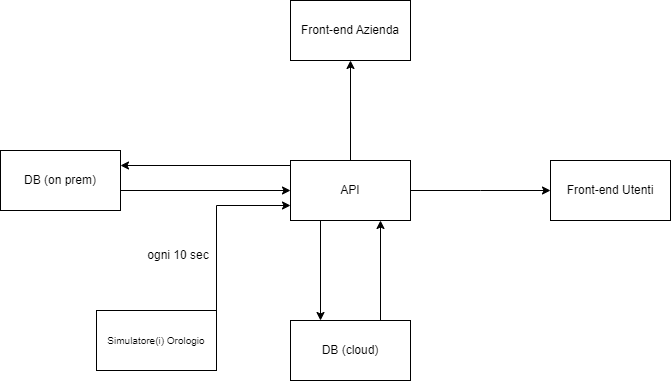
Above: Documenti/diagramma architetturale.png in puntinraffaele/CPER2_G3 (draw.io), before the change. Source tidied: cells renumbered, new cells last; positions are measured from the earlier drawing's top-left corner, leaving out a move shared by most shapes. Its diagram source:
```xml
<mxGraphModel>
  <root>
    <mxCell id="0" />
    <mxCell id="1" parent="0" />
    <mxCell id="2" style="edgeStyle=orthogonalEdgeStyle;rounded=0;jettySize=auto;html=1;exitX=1;exitY=0.25;exitDx=0;exitDy=0;entryX=0;entryY=0.75;entryDx=0;entryDy=0;" parent="1" edge="1" source="3" target="8">
      <mxGeometry relative="1" as="geometry">
        <Array as="points">
          <mxPoint x="216" y="205" />
        </Array>
      </mxGeometry>
    </mxCell>
    <mxCell id="3" value="&lt;font size=&quot;1&quot;&gt;Simulatore(i) Orologio&lt;/font&gt;" style="rounded=0;whiteSpace=wrap;html=1;" parent="1" vertex="1">
      <mxGeometry x="96" y="310" width="120" height="60" as="geometry" />
    </mxCell>
    <mxCell id="4" style="edgeStyle=orthogonalEdgeStyle;rounded=0;jettySize=auto;html=1;exitX=0.25;exitY=1;exitDx=0;exitDy=0;entryX=0.25;entryY=0;entryDx=0;entryDy=0;" parent="1" edge="1" source="8" target="11">
      <mxGeometry relative="1" as="geometry" />
    </mxCell>
    <mxCell id="5" style="edgeStyle=orthogonalEdgeStyle;rounded=0;jettySize=auto;html=1;exitX=1;exitY=0.5;exitDx=0;exitDy=0;entryX=0;entryY=0.5;entryDx=0;entryDy=0;" parent="1" edge="1" source="8" target="12">
      <mxGeometry relative="1" as="geometry">
        <Array as="points">
          <mxPoint x="480" y="190" />
          <mxPoint x="480" y="190" />
        </Array>
      </mxGeometry>
    </mxCell>
    <mxCell id="6" style="edgeStyle=orthogonalEdgeStyle;rounded=0;jettySize=auto;html=1;exitX=0.5;exitY=0;exitDx=0;exitDy=0;entryX=0.5;entryY=1;entryDx=0;entryDy=0;" parent="1" edge="1" source="8" target="13">
      <mxGeometry relative="1" as="geometry" />
    </mxCell>
    <mxCell id="7" style="edgeStyle=orthogonalEdgeStyle;rounded=0;jettySize=auto;html=1;exitX=0;exitY=0;exitDx=0;exitDy=0;entryX=1;entryY=0.25;entryDx=0;entryDy=0;" parent="1" edge="1" source="8" target="15">
      <mxGeometry relative="1" as="geometry">
        <Array as="points">
          <mxPoint x="290" y="165" />
        </Array>
      </mxGeometry>
    </mxCell>
    <mxCell id="8" value="API" style="rounded=0;whiteSpace=wrap;html=1;" parent="1" vertex="1">
      <mxGeometry x="290" y="160" width="120" height="60" as="geometry" />
    </mxCell>
    <mxCell id="9" value="ogni 10 sec" style="text;html=1;strokeColor=none;fillColor=none;align=center;verticalAlign=middle;whiteSpace=wrap;rounded=0;" parent="1" vertex="1">
      <mxGeometry x="140" y="240" width="76" height="30" as="geometry" />
    </mxCell>
    <mxCell id="10" style="edgeStyle=orthogonalEdgeStyle;rounded=0;jettySize=auto;html=1;exitX=0.75;exitY=0;exitDx=0;exitDy=0;entryX=0.75;entryY=1;entryDx=0;entryDy=0;" parent="1" edge="1" source="11" target="8">
      <mxGeometry relative="1" as="geometry" />
    </mxCell>
    <mxCell id="11" value="DB (cloud)" style="rounded=0;whiteSpace=wrap;html=1;" parent="1" vertex="1">
      <mxGeometry x="290" y="320" width="120" height="60" as="geometry" />
    </mxCell>
    <mxCell id="12" value="Front-end Utenti" style="rounded=0;whiteSpace=wrap;html=1;" parent="1" vertex="1">
      <mxGeometry x="550" y="160" width="120" height="60" as="geometry" />
    </mxCell>
    <mxCell id="13" value="Front-end Azienda" style="rounded=0;whiteSpace=wrap;html=1;" parent="1" vertex="1">
      <mxGeometry x="290" width="120" height="60" as="geometry" />
    </mxCell>
    <mxCell id="14" style="edgeStyle=orthogonalEdgeStyle;rounded=0;jettySize=auto;html=1;exitX=1;exitY=0.75;exitDx=0;exitDy=0;entryX=0;entryY=0.5;entryDx=0;entryDy=0;" parent="1" edge="1" source="15" target="8">
      <mxGeometry relative="1" as="geometry">
        <Array as="points">
          <mxPoint x="120" y="190" />
        </Array>
      </mxGeometry>
    </mxCell>
    <mxCell id="15" value="DB (on prem)" style="rounded=0;whiteSpace=wrap;html=1;" parent="1" vertex="1">
      <mxGeometry y="150" width="120" height="60" as="geometry" />
    </mxCell>
  </root>
</mxGraphModel>
```
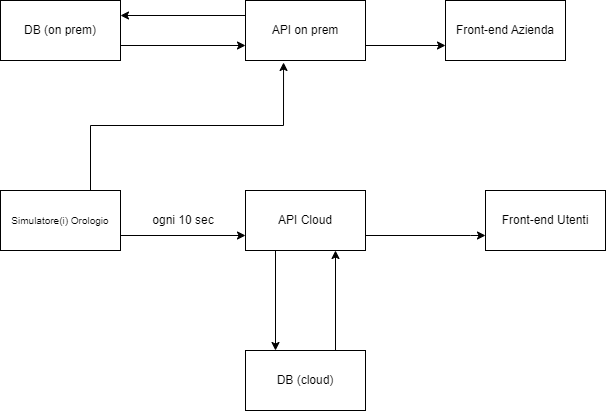
The same file after the commit.

Commit message:
corrected diagram

Diff of the diagram source:
```diff
@@ -5,61 +5,62 @@
     <mxCell id="2" style="edgeStyle=orthogonalEdgeStyle;rounded=0;jettySize=auto;html=1;exitX=1;exitY=0.25;exitDx=0;exitDy=0;entryX=0;entryY=0.75;entryDx=0;entryDy=0;" parent="1" edge="1" source="3" target="8">
       <mxGeometry relative="1" as="geometry">
         <Array as="points">
-          <mxPoint x="216" y="205" />
+          <mxPoint x="130" y="235" />
         </Array>
       </mxGeometry>
     </mxCell>
+    <mxCell id="16" style="edgeStyle=orthogonalEdgeStyle;rounded=0;jettySize=auto;html=1;exitX=0.75;exitY=0;exitDx=0;exitDy=0;entryX=0.317;entryY=1.033;entryDx=0;entryDy=0;entryPerimeter=0;" parent="1" edge="1" source="3" target="20">
+      <mxGeometry relative="1" as="geometry" />
+    </mxCell>
     <mxCell id="3" value="&lt;font size=&quot;1&quot;&gt;Simulatore(i) Orologio&lt;/font&gt;" style="rounded=0;whiteSpace=wrap;html=1;" parent="1" vertex="1">
-      <mxGeometry x="96" y="310" width="120" height="60" as="geometry" />
+      <mxGeometry x="45" y="190" width="120" height="60" as="geometry" />
     </mxCell>
-    <mxCell id="4" style="edgeStyle=orthogonalEdgeStyle;rounded=0;jettySize=auto;html=1;exitX=0.25;exitY=1;exitDx=0;exitDy=0;entryX=0.25;entryY=0;entryDx=0;entryDy=0;" parent="1" edge="1" source="8" target="11">
-      <mxGeometry relative="1" as="geometry" />
+    <mxCell id="4" style="edgeStyle=orthogonalEdgeStyle;rounded=0;jettySize=auto;html=1;exitX=0.25;exitY=1;exitDx=0;exitDy=0;entryX=0.25;entryY=0;entryDx=0;entryDy=0;" parent="1" edge="1" target="11">
+      <mxGeometry relative="1" as="geometry">
+        <mxPoint x="320" y="250" as="sourcePoint" />
+      </mxGeometry>
     </mxCell>
-    <mxCell id="5" style="edgeStyle=orthogonalEdgeStyle;rounded=0;jettySize=auto;html=1;exitX=1;exitY=0.5;exitDx=0;exitDy=0;entryX=0;entryY=0.5;entryDx=0;entryDy=0;" parent="1" edge="1" source="8" target="12">
+    <mxCell id="5" style="edgeStyle=orthogonalEdgeStyle;rounded=0;jettySize=auto;html=1;exitX=1;exitY=0.75;exitDx=0;exitDy=0;entryX=0;entryY=0.75;entryDx=0;entryDy=0;" parent="1" edge="1" source="8" target="12">
       <mxGeometry relative="1" as="geometry">
         <Array as="points">
-          <mxPoint x="480" y="190" />
-          <mxPoint x="480" y="190" />
+          <mxPoint x="515" y="235" />
         </Array>
       </mxGeometry>
     </mxCell>
-    <mxCell id="6" style="edgeStyle=orthogonalEdgeStyle;rounded=0;jettySize=auto;html=1;exitX=0.5;exitY=0;exitDx=0;exitDy=0;entryX=0.5;entryY=1;entryDx=0;entryDy=0;" parent="1" edge="1" source="8" target="13">
-      <mxGeometry relative="1" as="geometry" />
-    </mxCell>
-    <mxCell id="7" style="edgeStyle=orthogonalEdgeStyle;rounded=0;jettySize=auto;html=1;exitX=0;exitY=0;exitDx=0;exitDy=0;entryX=1;entryY=0.25;entryDx=0;entryDy=0;" parent="1" edge="1" source="8" target="15">
-      <mxGeometry relative="1" as="geometry">
-        <Array as="points">
-          <mxPoint x="290" y="165" />
-        </Array>
-      </mxGeometry>
-    </mxCell>
-    <mxCell id="8" value="API" style="rounded=0;whiteSpace=wrap;html=1;" parent="1" vertex="1">
-      <mxGeometry x="290" y="160" width="120" height="60" as="geometry" />
+    <mxCell id="8" value="API Cloud" style="rounded=0;whiteSpace=wrap;html=1;" parent="1" vertex="1">
+      <mxGeometry x="290" y="190" width="120" height="60" as="geometry" />
     </mxCell>
     <mxCell id="9" value="ogni 10 sec" style="text;html=1;strokeColor=none;fillColor=none;align=center;verticalAlign=middle;whiteSpace=wrap;rounded=0;" parent="1" vertex="1">
-      <mxGeometry x="140" y="240" width="76" height="30" as="geometry" />
+      <mxGeometry x="190" y="205" width="76" height="30" as="geometry" />
     </mxCell>
-    <mxCell id="10" style="edgeStyle=orthogonalEdgeStyle;rounded=0;jettySize=auto;html=1;exitX=0.75;exitY=0;exitDx=0;exitDy=0;entryX=0.75;entryY=1;entryDx=0;entryDy=0;" parent="1" edge="1" source="11" target="8">
-      <mxGeometry relative="1" as="geometry" />
+    <mxCell id="10" style="edgeStyle=orthogonalEdgeStyle;rounded=0;jettySize=auto;html=1;exitX=0.75;exitY=0;exitDx=0;exitDy=0;entryX=0.75;entryY=1;entryDx=0;entryDy=0;" parent="1" edge="1" source="11">
+      <mxGeometry relative="1" as="geometry">
+        <mxPoint x="380" y="250" as="targetPoint" />
+      </mxGeometry>
     </mxCell>
     <mxCell id="11" value="DB (cloud)" style="rounded=0;whiteSpace=wrap;html=1;" parent="1" vertex="1">
-      <mxGeometry x="290" y="320" width="120" height="60" as="geometry" />
+      <mxGeometry x="290" y="350" width="120" height="60" as="geometry" />
     </mxCell>
     <mxCell id="12" value="Front-end Utenti" style="rounded=0;whiteSpace=wrap;html=1;" parent="1" vertex="1">
-      <mxGeometry x="550" y="160" width="120" height="60" as="geometry" />
+      <mxGeometry x="530" y="190" width="120" height="60" as="geometry" />
     </mxCell>
     <mxCell id="13" value="Front-end Azienda" style="rounded=0;whiteSpace=wrap;html=1;" parent="1" vertex="1">
-      <mxGeometry x="290" width="120" height="60" as="geometry" />
+      <mxGeometry x="490" width="120" height="60" as="geometry" />
     </mxCell>
-    <mxCell id="14" style="edgeStyle=orthogonalEdgeStyle;rounded=0;jettySize=auto;html=1;exitX=1;exitY=0.75;exitDx=0;exitDy=0;entryX=0;entryY=0.5;entryDx=0;entryDy=0;" parent="1" edge="1" source="15" target="8">
-      <mxGeometry relative="1" as="geometry">
-        <Array as="points">
-          <mxPoint x="120" y="190" />
-        </Array>
-      </mxGeometry>
-    </mxCell>
+    <mxCell id="17" style="edgeStyle=orthogonalEdgeStyle;rounded=0;jettySize=auto;html=1;exitX=1;exitY=0.75;exitDx=0;exitDy=0;entryX=0;entryY=0.75;entryDx=0;entryDy=0;" parent="1" edge="1" source="15" target="20">
+      <mxGeometry relative="1" as="geometry" />
+    </mxCell>
     <mxCell id="15" value="DB (on prem)" style="rounded=0;whiteSpace=wrap;html=1;" parent="1" vertex="1">
-      <mxGeometry y="150" width="120" height="60" as="geometry" />
+      <mxGeometry x="45" width="120" height="60" as="geometry" />
     </mxCell>
+    <mxCell id="18" style="edgeStyle=orthogonalEdgeStyle;rounded=0;jettySize=auto;html=1;exitX=1;exitY=0.75;exitDx=0;exitDy=0;entryX=0;entryY=0.75;entryDx=0;entryDy=0;" parent="1" edge="1" source="20" target="13">
+      <mxGeometry relative="1" as="geometry" />
+    </mxCell>
+    <mxCell id="19" style="edgeStyle=orthogonalEdgeStyle;rounded=0;jettySize=auto;html=1;exitX=0;exitY=0.25;exitDx=0;exitDy=0;entryX=1;entryY=0.25;entryDx=0;entryDy=0;" parent="1" edge="1" source="20" target="15">
+      <mxGeometry relative="1" as="geometry" />
+    </mxCell>
+    <mxCell id="20" value="API on prem" style="rounded=0;whiteSpace=wrap;html=1;" parent="1" vertex="1">
+      <mxGeometry x="290" width="120" height="60" as="geometry" />
+    </mxCell>
   </root>
 </mxGraphModel>
```
